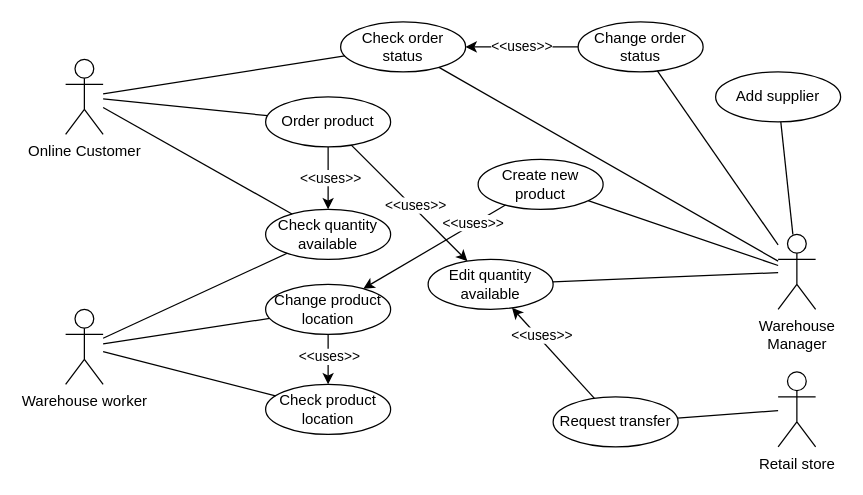
This is UML Version 1.drawio from kezutah/CSE-111-Databases-Project, a draw.io file, before an edit. Source tidied: cells renumbered, new cells numbered last; positions are measured from the earlier drawing's top-left corner, leaving out a move shared by most shapes. Both pictures are drawn from the tidied source at 125%, with x=0, y=0 at pixel (65, 21).
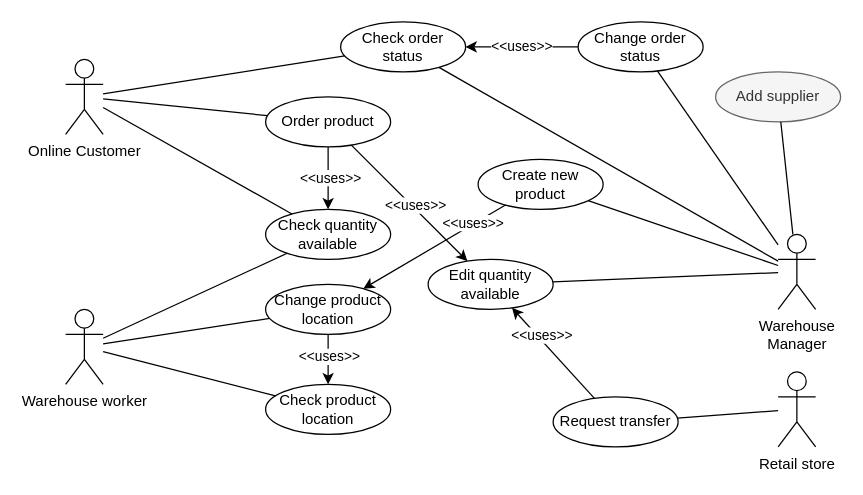
The same page after the edit.

What changed in the source:
```diff
@@
-    <mxCell id="32" value="Add supplier" style="ellipse;whiteSpace=wrap;html=1;align=center;" parent="1" vertex="1">
+    <mxCell id="32" value="Add supplier" style="ellipse;whiteSpace=wrap;html=1;align=center;fillColor=#f5f5f5;fontColor=#333333;strokeColor=#666666;" parent="1" vertex="1">
       <mxGeometry x="520" y="40" width="100" height="40" as="geometry" />
     </mxCell>
```
